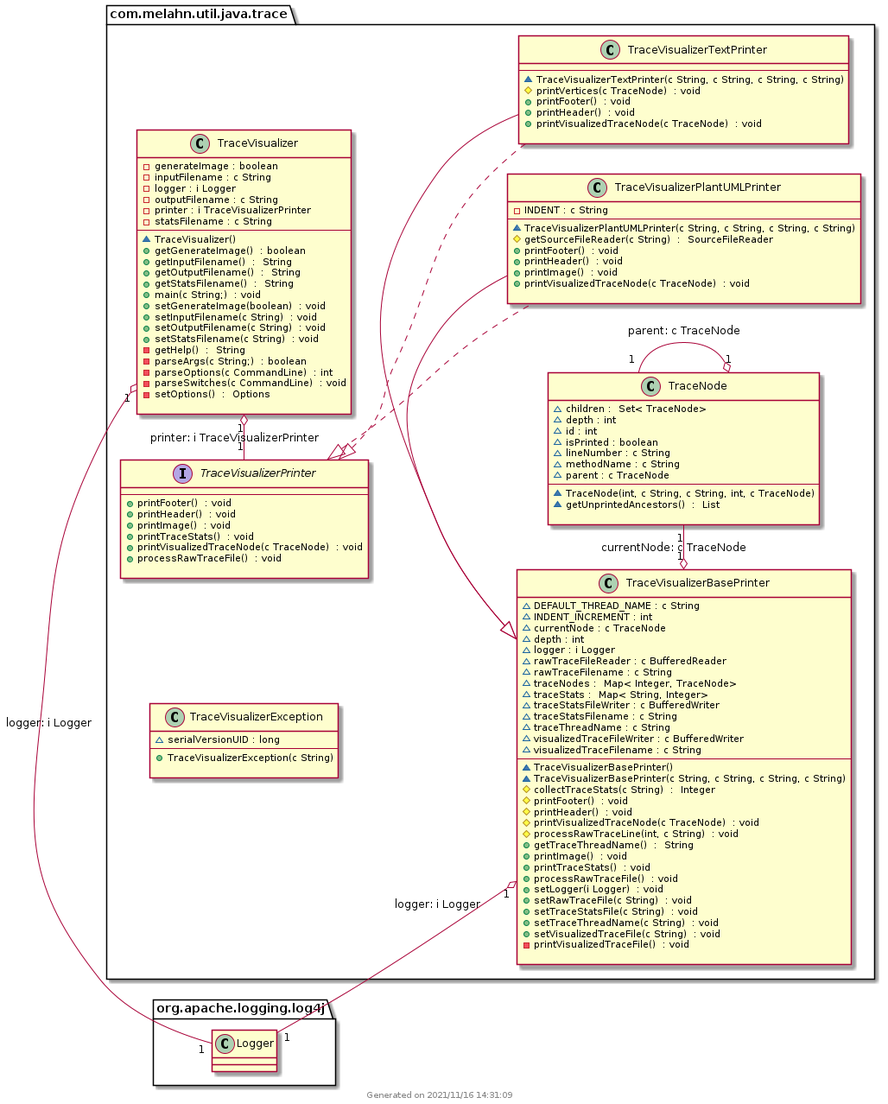
This is doc/generated/class-diagram.png from melahn/java-trace-visualizer, a PlantUML export, as it was before one commit. Source of this version:
```plantuml
@startuml class-diagram

left to right direction

class com.melahn.util.java.trace.TraceNode {
~  children :  Set< TraceNode>
~  depth : int
~  id : int
~  isPrinted : boolean
~  lineNumber : c String
~  methodName : c String
~  parent : c TraceNode
--
~   TraceNode(int, c String, c String, int, c TraceNode)
~  getUnprintedAncestors()  :  List

}
class com.melahn.util.java.trace.TraceVisualizerException {
~  serialVersionUID : long
--
+   TraceVisualizerException(c String)

}
interface com.melahn.util.java.trace.TraceVisualizerPrinter {
--
+  printFooter()  : void
+  printHeader()  : void
+  printImage()  : void
+  printTraceStats()  : void
+  printVisualizedTraceNode(c TraceNode)  : void
+  processRawTraceFile()  : void

}
class com.melahn.util.java.trace.TraceVisualizer {
-  generateImage : boolean
-  inputFilename : c String
-  logger : i Logger
-  outputFilename : c String
-  printer : i TraceVisualizerPrinter
-  statsFilename : c String
--
~   TraceVisualizer()
+  getGenerateImage()  : boolean
+  getInputFilename()  :  String
+  getOutputFilename()  :  String
+  getStatsFilename()  :  String
+  main(c String;)  : void
+  setGenerateImage(boolean)  : void
+  setInputFilename(c String)  : void
+  setOutputFilename(c String)  : void
+  setStatsFilename(c String)  : void
-  getHelp()  :  String
-  parseArgs(c String;)  : boolean
-  parseOptions(c CommandLine)  : int
-  parseSwitches(c CommandLine)  : void
-  setOptions()  :  Options

}
class com.melahn.util.java.trace.TraceVisualizerTextPrinter {
--
~   TraceVisualizerTextPrinter(c String, c String, c String, c String)
#  printVertices(c TraceNode)  : void
+  printFooter()  : void
+  printHeader()  : void
+  printVisualizedTraceNode(c TraceNode)  : void

}
class com.melahn.util.java.trace.TraceVisualizerPlantUMLPrinter {
-  INDENT : c String
--
~   TraceVisualizerPlantUMLPrinter(c String, c String, c String, c String)
#  getSourceFileReader(c String)  :  SourceFileReader
+  printFooter()  : void
+  printHeader()  : void
+  printImage()  : void
+  printVisualizedTraceNode(c TraceNode)  : void

}
class com.melahn.util.java.trace.TraceVisualizerBasePrinter {
~  DEFAULT_THREAD_NAME : c String
~  INDENT_INCREMENT : int
~  currentNode : c TraceNode
~  depth : int
~  logger : i Logger
~  rawTraceFileReader : c BufferedReader
~  rawTraceFilename : c String
~  traceNodes :  Map< Integer, TraceNode>
~  traceStats :  Map< String, Integer>
~  traceStatsFileWriter : c BufferedWriter
~  traceStatsFilename : c String
~  traceThreadName : c String
~  visualizedTraceFileWriter : c BufferedWriter
~  visualizedTraceFilename : c String
--
~   TraceVisualizerBasePrinter()
~   TraceVisualizerBasePrinter(c String, c String, c String, c String)
#  collectTraceStats(c String)  :  Integer
#  printFooter()  : void
#  printHeader()  : void
#  printVisualizedTraceNode(c TraceNode)  : void
#  processRawTraceLine(int, c String)  : void
+  getTraceThreadName()  :  String
+  printImage()  : void
+  printTraceStats()  : void
+  processRawTraceFile()  : void
+  setLogger(i Logger)  : void
+  setRawTraceFile(c String)  : void
+  setTraceStatsFile(c String)  : void
+  setTraceThreadName(c String)  : void
+  setVisualizedTraceFile(c String)  : void
-  printVisualizedTraceFile()  : void

}


com.melahn.util.java.trace.TraceVisualizer "1"  o-left-  "1" com.melahn.util.java.trace.TraceVisualizerPrinter  : printer: i TraceVisualizerPrinter
com.melahn.util.java.trace.TraceNode "1"  o-left-  "1" com.melahn.util.java.trace.TraceNode  : parent: c TraceNode
com.melahn.util.java.trace.TraceVisualizer "1"  o-left-  "1" org.apache.logging.log4j.Logger  : logger: i Logger
com.melahn.util.java.trace.TraceVisualizerBasePrinter "1"  o-right-  "1" com.melahn.util.java.trace.TraceNode  : currentNode: c TraceNode
com.melahn.util.java.trace.TraceVisualizerBasePrinter "1"  o-left-  "1" org.apache.logging.log4j.Logger  : logger: i Logger
com.melahn.util.java.trace.TraceVisualizerPlantUMLPrinter  -up|>  com.melahn.util.java.trace.TraceVisualizerBasePrinter
com.melahn.util.java.trace.TraceVisualizerTextPrinter  -up|>  com.melahn.util.java.trace.TraceVisualizerBasePrinter
com.melahn.util.java.trace.TraceVisualizerTextPrinter  ..up|>  com.melahn.util.java.trace.TraceVisualizerPrinter
com.melahn.util.java.trace.TraceVisualizerPlantUMLPrinter  ..up|>  com.melahn.util.java.trace.TraceVisualizerPrinter


center footer Generated on 2021/11/16 14:31:09

@enduml
```
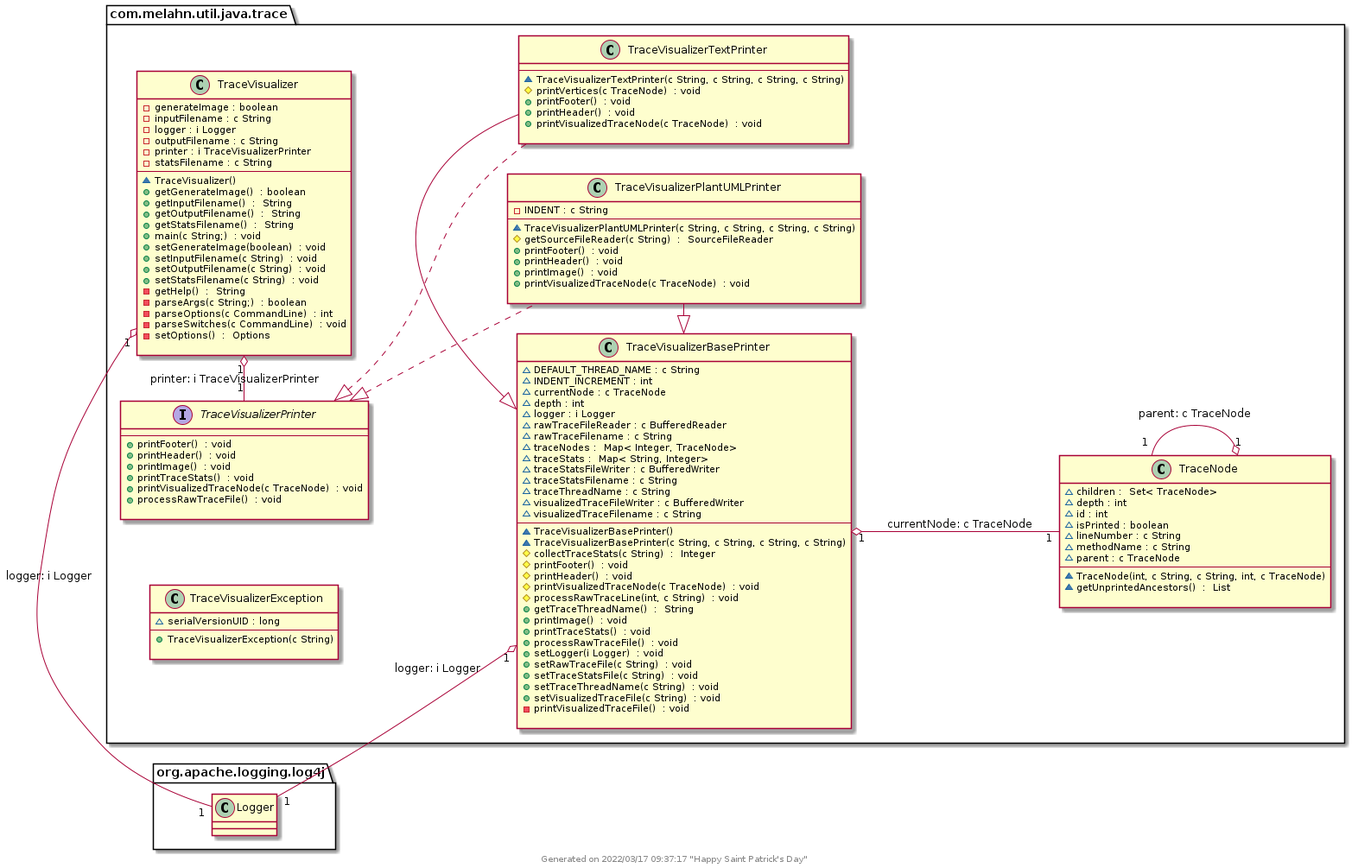
After the change.

Commit message:
Update Documentation as part of GitHub action

The edit, as a diff of the source:
```diff
@@ -2,33 +2,13 @@
 
 left to right direction
 
-class com.melahn.util.java.trace.TraceNode {
-~  children :  Set< TraceNode>
-~  depth : int
-~  id : int
-~  isPrinted : boolean
-~  lineNumber : c String
-~  methodName : c String
-~  parent : c TraceNode
+class com.melahn.util.java.trace.TraceVisualizerTextPrinter {
 --
-~   TraceNode(int, c String, c String, int, c TraceNode)
-~  getUnprintedAncestors()  :  List
-
-}
-class com.melahn.util.java.trace.TraceVisualizerException {
-~  serialVersionUID : long
---
-+   TraceVisualizerException(c String)
-
-}
-interface com.melahn.util.java.trace.TraceVisualizerPrinter {
---
+~   TraceVisualizerTextPrinter(c String, c String, c String, c String)
+#  printVertices(c TraceNode)  : void
 +  printFooter()  : void
 +  printHeader()  : void
-+  printImage()  : void
-+  printTraceStats()  : void
 +  printVisualizedTraceNode(c TraceNode)  : void
-+  processRawTraceFile()  : void
 
 }
 class com.melahn.util.java.trace.TraceVisualizer {
@@ -56,24 +36,14 @@
 -  setOptions()  :  Options
 
 }
-class com.melahn.util.java.trace.TraceVisualizerTextPrinter {
+interface com.melahn.util.java.trace.TraceVisualizerPrinter {
 --
-~   TraceVisualizerTextPrinter(c String, c String, c String, c String)
-#  printVertices(c TraceNode)  : void
-+  printFooter()  : void
-+  printHeader()  : void
-+  printVisualizedTraceNode(c TraceNode)  : void
-
-}
-class com.melahn.util.java.trace.TraceVisualizerPlantUMLPrinter {
--  INDENT : c String
---
-~   TraceVisualizerPlantUMLPrinter(c String, c String, c String, c String)
-#  getSourceFileReader(c String)  :  SourceFileReader
 +  printFooter()  : void
 +  printHeader()  : void
 +  printImage()  : void
++  printTraceStats()  : void
 +  printVisualizedTraceNode(c TraceNode)  : void
++  processRawTraceFile()  : void
 
 }
 class com.melahn.util.java.trace.TraceVisualizerBasePrinter {
@@ -111,19 +81,49 @@
 -  printVisualizedTraceFile()  : void
 
 }
+class com.melahn.util.java.trace.TraceVisualizerException {
+~  serialVersionUID : long
+--
++   TraceVisualizerException(c String)
+
+}
+class com.melahn.util.java.trace.TraceVisualizerPlantUMLPrinter {
+-  INDENT : c String
+--
+~   TraceVisualizerPlantUMLPrinter(c String, c String, c String, c String)
+#  getSourceFileReader(c String)  :  SourceFileReader
++  printFooter()  : void
++  printHeader()  : void
++  printImage()  : void
++  printVisualizedTraceNode(c TraceNode)  : void
+
+}
+class com.melahn.util.java.trace.TraceNode {
+~  children :  Set< TraceNode>
+~  depth : int
+~  id : int
+~  isPrinted : boolean
+~  lineNumber : c String
+~  methodName : c String
+~  parent : c TraceNode
+--
+~   TraceNode(int, c String, c String, int, c TraceNode)
+~  getUnprintedAncestors()  :  List
+
+}
 
 
 com.melahn.util.java.trace.TraceVisualizer "1"  o-left-  "1" com.melahn.util.java.trace.TraceVisualizerPrinter  : printer: i TraceVisualizerPrinter
+com.melahn.util.java.trace.TraceVisualizerBasePrinter "1"  o-left-  "1" org.apache.logging.log4j.Logger  : logger: i Logger
+com.melahn.util.java.trace.TraceVisualizerBasePrinter "1"  o-down-  "1" com.melahn.util.java.trace.TraceNode  : currentNode: c TraceNode
+com.melahn.util.java.trace.TraceVisualizer "1"  o-left-  "1" org.apache.logging.log4j.Logger  : logger: i Logger
 com.melahn.util.java.trace.TraceNode "1"  o-left-  "1" com.melahn.util.java.trace.TraceNode  : parent: c TraceNode
-com.melahn.util.java.trace.TraceVisualizer "1"  o-left-  "1" org.apache.logging.log4j.Logger  : logger: i Logger
-com.melahn.util.java.trace.TraceVisualizerBasePrinter "1"  o-right-  "1" com.melahn.util.java.trace.TraceNode  : currentNode: c TraceNode
-com.melahn.util.java.trace.TraceVisualizerBasePrinter "1"  o-left-  "1" org.apache.logging.log4j.Logger  : logger: i Logger
 com.melahn.util.java.trace.TraceVisualizerPlantUMLPrinter  -up|>  com.melahn.util.java.trace.TraceVisualizerBasePrinter
 com.melahn.util.java.trace.TraceVisualizerTextPrinter  -up|>  com.melahn.util.java.trace.TraceVisualizerBasePrinter
+com.melahn.util.java.trace.TraceVisualizerPlantUMLPrinter  ..up|>  com.melahn.util.java.trace.TraceVisualizerPrinter
 com.melahn.util.java.trace.TraceVisualizerTextPrinter  ..up|>  com.melahn.util.java.trace.TraceVisualizerPrinter
-com.melahn.util.java.trace.TraceVisualizerPlantUMLPrinter  ..up|>  com.melahn.util.java.trace.TraceVisualizerPrinter
 
 
-center footer Generated on 2021/11/16 14:31:09
+center footer Generated on 2022/03/17 09:37:17 "Happy Saint Patrick's Day"
 
 @enduml
```
